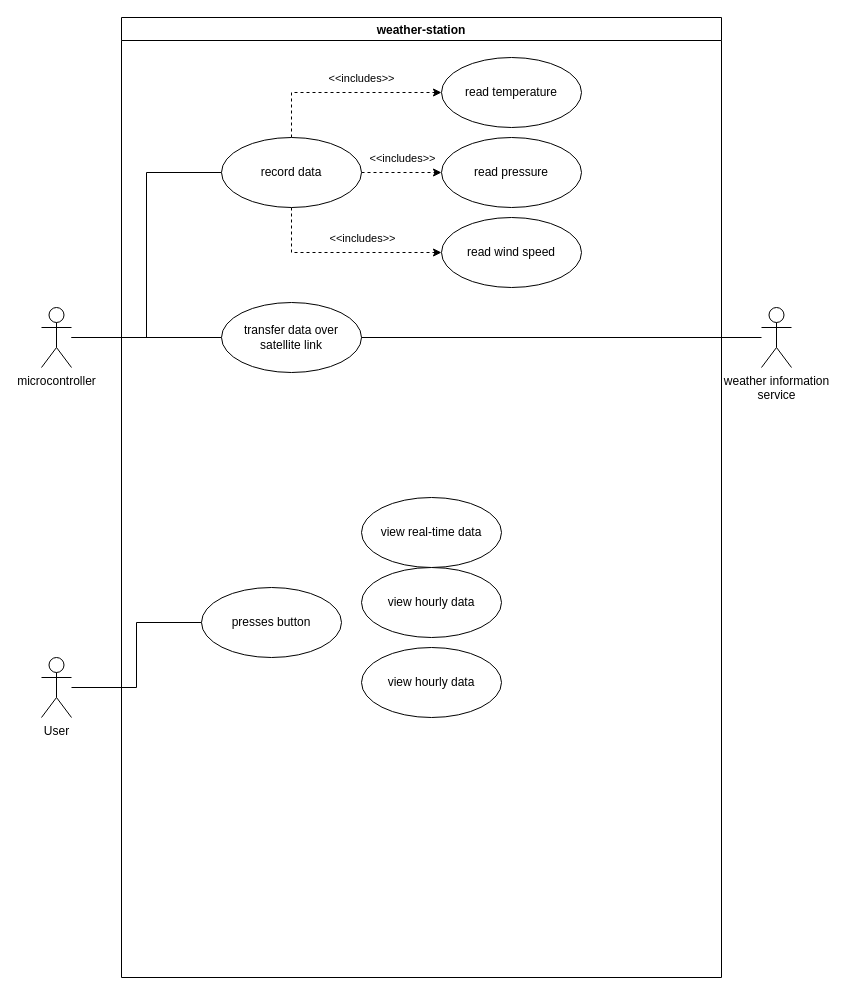
matas-noreika/software_design_and_quality keeps this draw.io diagram as lab2/doc/sdq_lab2_functional_design.drawio. Above is the earlier version. Source tidied: cells renumbered, new cells numbered last; positions are measured from the earlier drawing's top-left corner, leaving out a move shared by most shapes. Both pictures are drawn from the tidied source at 100%, with x=0, y=0 at pixel (41, 17).
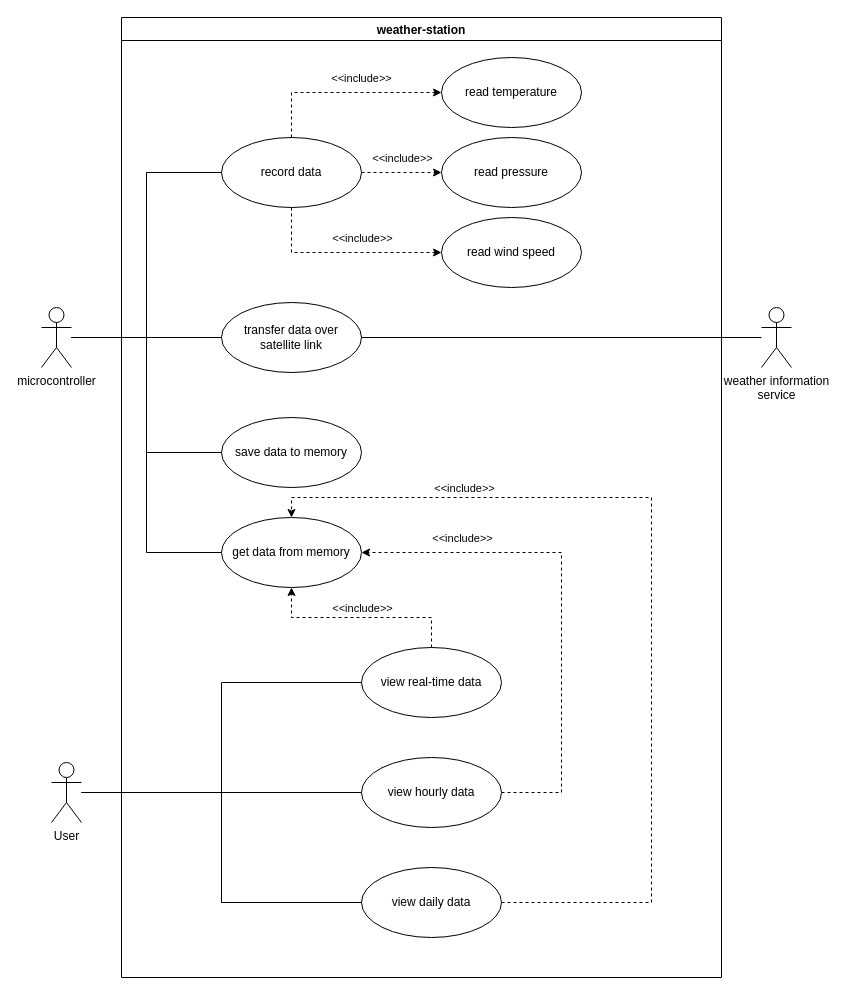
The same page after the edit.

Commit message (it also covers changes not shown here):
Updated functional and class diagrams

The change refers to these unchanged cells:
```xml
<mxCell id="6" value="microcontroller" style="shape=umlActor;verticalLabelPosition=bottom;verticalAlign=top;html=1;outlineConnect=0;" parent="1" vertex="1">
  <mxGeometry y="290" width="30" height="60" as="geometry" />
</mxCell>
<mxCell id="7" value="weather-station" style="swimlane;" parent="1" vertex="1">
  <mxGeometry x="80" width="600" height="960" as="geometry" />
</mxCell>
<mxCell id="9" style="edgeStyle=orthogonalEdgeStyle;rounded=0;jettySize=auto;html=1;entryX=0;entryY=0.5;entryDx=0;entryDy=0;dashed=1;" parent="7" edge="1" source="15" target="16">
  <mxGeometry relative="1" as="geometry">
    <Array as="points">
      <mxPoint x="170" y="75" />
    </Array>
  </mxGeometry>
</mxCell>
<mxCell id="11" style="edgeStyle=orthogonalEdgeStyle;rounded=0;jettySize=auto;html=1;entryX=0;entryY=0.5;entryDx=0;entryDy=0;dashed=1;" parent="7" edge="1" source="15" target="17">
  <mxGeometry relative="1" as="geometry" />
</mxCell>
<mxCell id="13" style="edgeStyle=orthogonalEdgeStyle;rounded=0;jettySize=auto;html=1;entryX=0;entryY=0.5;entryDx=0;entryDy=0;dashed=1;" parent="7" edge="1" source="15" target="18">
  <mxGeometry relative="1" as="geometry">
    <Array as="points">
      <mxPoint x="170" y="235" />
    </Array>
  </mxGeometry>
</mxCell>
```

The edit, as a diff of the source:
```diff
@@
-    <mxCell id="2" style="edgeStyle=orthogonalEdgeStyle;rounded=0;jettySize=auto;html=1;entryX=0;entryY=0.5;entryDx=0;entryDy=0;endArrow=none;startFill=0;" parent="1" edge="1" source="3" target="22">
-      <mxGeometry relative="1" as="geometry" />
-    </mxCell>
-    <mxCell id="3" value="User" style="shape=umlActor;verticalLabelPosition=bottom;verticalAlign=top;html=1;outlineConnect=0;" parent="1" vertex="1">
-      <mxGeometry y="640" width="30" height="60" as="geometry" />
-    </mxCell>
@@
+    <mxCell id="25" style="edgeStyle=orthogonalEdgeStyle;rounded=0;jettySize=auto;html=1;entryX=0;entryY=0.5;entryDx=0;entryDy=0;endArrow=none;startFill=0;" parent="1" edge="1" source="6" target="27">
+      <mxGeometry relative="1" as="geometry" />
+    </mxCell>
+    <mxCell id="26" style="edgeStyle=orthogonalEdgeStyle;rounded=0;jettySize=auto;html=1;entryX=0;entryY=0.5;entryDx=0;entryDy=0;endArrow=none;startFill=0;" parent="1" edge="1" source="6" target="34">
+      <mxGeometry relative="1" as="geometry" />
+    </mxCell>
@@
-    <mxCell id="10" value="&amp;lt;&amp;lt;includes&amp;gt;&amp;gt;" style="edgeLabel;html=1;align=center;verticalAlign=middle;" parent="9" vertex="1">
+    <mxCell id="10" value="&amp;lt;&amp;lt;include&amp;gt;&amp;gt;" style="edgeLabel;html=1;align=center;verticalAlign=middle;" parent="9" vertex="1">
       <mxGeometry x="0.08" relative="1" as="geometry">
         <mxPoint x="9" y="-15" as="offset" />
       </mxGeometry>
     </mxCell>
@@
-    <mxCell id="12" value="&amp;lt;&amp;lt;includes&amp;gt;&amp;gt;" style="edgeLabel;html=1;align=center;verticalAlign=middle;" parent="11" vertex="1">
+    <mxCell id="12" value="&amp;lt;&amp;lt;include&amp;gt;&amp;gt;" style="edgeLabel;html=1;align=center;verticalAlign=middle;" parent="11" vertex="1">
       <mxGeometry x="-0.4" y="3" relative="1" as="geometry">
         <mxPoint x="16" y="-12" as="offset" />
       </mxGeometry>
     </mxCell>
@@
-    <mxCell id="14" value="&amp;lt;&amp;lt;includes&amp;gt;&amp;gt;" style="edgeLabel;html=1;align=center;verticalAlign=middle;" parent="13" vertex="1">
+    <mxCell id="14" value="&amp;lt;&amp;lt;include&amp;gt;&amp;gt;" style="edgeLabel;html=1;align=center;verticalAlign=middle;" parent="13" vertex="1">
       <mxGeometry x="0.15" relative="1" as="geometry">
         <mxPoint x="3" y="-15" as="offset" />
       </mxGeometry>
     </mxCell>
@@
+    <mxCell id="27" value="save data to memory" style="ellipse;whiteSpace=wrap;html=1;" parent="7" vertex="1">
+      <mxGeometry x="100" y="400" width="140" height="70" as="geometry" />
+    </mxCell>
+    <mxCell id="28" style="edgeStyle=orthogonalEdgeStyle;rounded=0;jettySize=auto;html=1;entryX=1;entryY=0.5;entryDx=0;entryDy=0;dashed=1;" parent="7" edge="1" source="19" target="34">
+      <mxGeometry relative="1" as="geometry">
+        <Array as="points">
+          <mxPoint x="440" y="775" />
+          <mxPoint x="440" y="535" />
+        </Array>
+      </mxGeometry>
+    </mxCell>
+    <mxCell id="29" value="&amp;lt;&amp;lt;include&amp;gt;&amp;gt;" style="edgeLabel;html=1;align=center;verticalAlign=middle;" parent="28" vertex="1">
+      <mxGeometry x="0.58" relative="1" as="geometry">
+        <mxPoint x="-5" y="-15" as="offset" />
+      </mxGeometry>
+    </mxCell>
     <mxCell id="19" value="view hourly data" style="ellipse;whiteSpace=wrap;html=1;" parent="7" vertex="1">
-      <mxGeometry x="240" y="550" width="140" height="70" as="geometry" />
+      <mxGeometry x="240" y="740" width="140" height="70" as="geometry" />
     </mxCell>
+    <mxCell id="30" style="edgeStyle=orthogonalEdgeStyle;rounded=0;jettySize=auto;html=1;entryX=0.5;entryY=1;entryDx=0;entryDy=0;dashed=1;" parent="7" edge="1" source="20" target="34">
+      <mxGeometry relative="1" as="geometry" />
+    </mxCell>
+    <mxCell id="31" value="&amp;lt;&amp;lt;include&amp;gt;&amp;gt;" style="edgeLabel;html=1;align=center;verticalAlign=middle;" parent="30" vertex="1">
+      <mxGeometry x="0.04" y="3" relative="1" as="geometry">
+        <mxPoint x="4" y="-13" as="offset" />
+      </mxGeometry>
+    </mxCell>
     <mxCell id="20" value="view real-time data" style="ellipse;whiteSpace=wrap;html=1;" parent="7" vertex="1">
-      <mxGeometry x="240" y="480" width="140" height="70" as="geometry" />
+      <mxGeometry x="240" y="630" width="140" height="70" as="geometry" />
     </mxCell>
+    <mxCell id="32" style="edgeStyle=orthogonalEdgeStyle;rounded=0;jettySize=auto;html=1;entryX=0.5;entryY=0;entryDx=0;entryDy=0;dashed=1;" parent="7" edge="1" source="21" target="34">
+      <mxGeometry relative="1" as="geometry">
+        <Array as="points">
+          <mxPoint x="530" y="885" />
+          <mxPoint x="530" y="480" />
+          <mxPoint x="170" y="480" />
+        </Array>
+      </mxGeometry>
+    </mxCell>
+    <mxCell id="33" value="&amp;lt;&amp;lt;include&amp;gt;&amp;gt;" style="edgeLabel;html=1;align=center;verticalAlign=middle;" parent="32" vertex="1">
+      <mxGeometry x="0.59" y="1" relative="1" as="geometry">
+        <mxPoint y="-11" as="offset" />
+      </mxGeometry>
+    </mxCell>
-    <mxCell id="21" value="view hourly data" style="ellipse;whiteSpace=wrap;html=1;" parent="7" vertex="1">
-      <mxGeometry x="240" y="630" width="140" height="70" as="geometry" />
+    <mxCell id="21" value="view daily data" style="ellipse;whiteSpace=wrap;html=1;" parent="7" vertex="1">
+      <mxGeometry x="240" y="850" width="140" height="70" as="geometry" />
     </mxCell>
-    <mxCell id="22" value="presses button" style="ellipse;whiteSpace=wrap;html=1;" parent="7" vertex="1">
-      <mxGeometry x="80" y="570" width="140" height="70" as="geometry" />
-    </mxCell>
+    <mxCell id="34" value="get data from memory" style="ellipse;whiteSpace=wrap;html=1;" parent="7" vertex="1">
+      <mxGeometry x="100" y="500" width="140" height="70" as="geometry" />
+    </mxCell>
@@
+    <mxCell id="3" value="User" style="shape=umlActor;verticalLabelPosition=bottom;verticalAlign=top;html=1;outlineConnect=0;" parent="1" vertex="1">
+      <mxGeometry x="10" y="745" width="30" height="60" as="geometry" />
+    </mxCell>
+    <mxCell id="35" style="edgeStyle=orthogonalEdgeStyle;rounded=0;jettySize=auto;html=1;entryX=0;entryY=0.5;entryDx=0;entryDy=0;endArrow=none;startFill=0;" parent="1" edge="1" source="3" target="21">
+      <mxGeometry relative="1" as="geometry" />
+    </mxCell>
+    <mxCell id="36" style="edgeStyle=orthogonalEdgeStyle;rounded=0;jettySize=auto;html=1;entryX=0;entryY=0.5;entryDx=0;entryDy=0;endArrow=none;startFill=0;" parent="1" edge="1" source="3" target="19">
+      <mxGeometry relative="1" as="geometry" />
+    </mxCell>
+    <mxCell id="37" style="edgeStyle=orthogonalEdgeStyle;rounded=0;jettySize=auto;html=1;entryX=0;entryY=0.5;entryDx=0;entryDy=0;endArrow=none;startFill=0;" parent="1" edge="1" source="3" target="20">
+      <mxGeometry relative="1" as="geometry" />
+    </mxCell>
```
